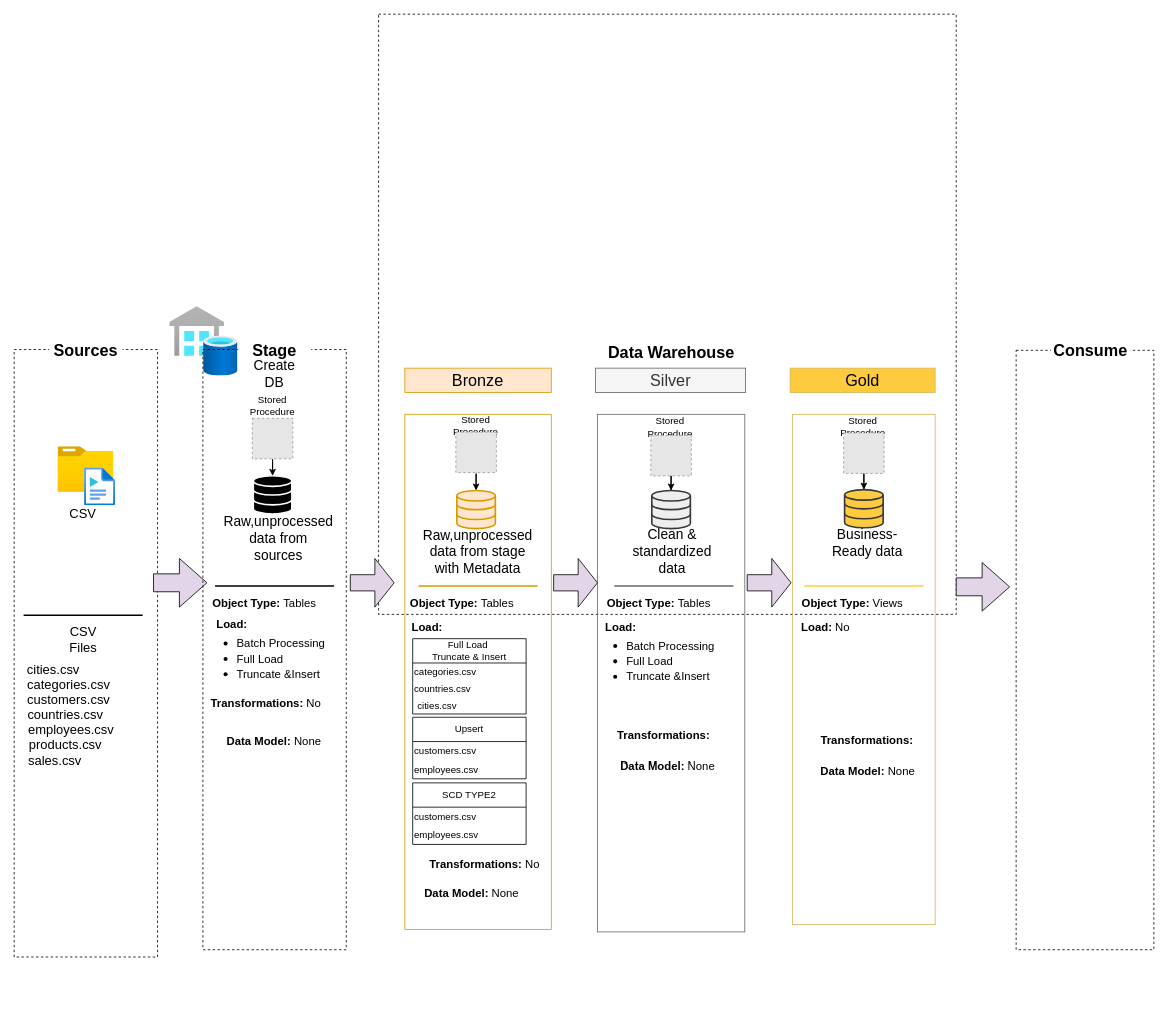
seyedmojtabahosseini/Data_Folder keeps this draw.io diagram as Diagram/Untitled Diagram.drawio. Above is the earlier version. Source tidied: cells renumbered, new cells numbered last; positions are measured from the earlier drawing's top-left corner, leaving out a move shared by most shapes. Both pictures are drawn from the tidied source at 81%, with x=0, y=0 at pixel (14, 14). Pictures stored in the file or linked from it are replaced by grey dashed boxes.
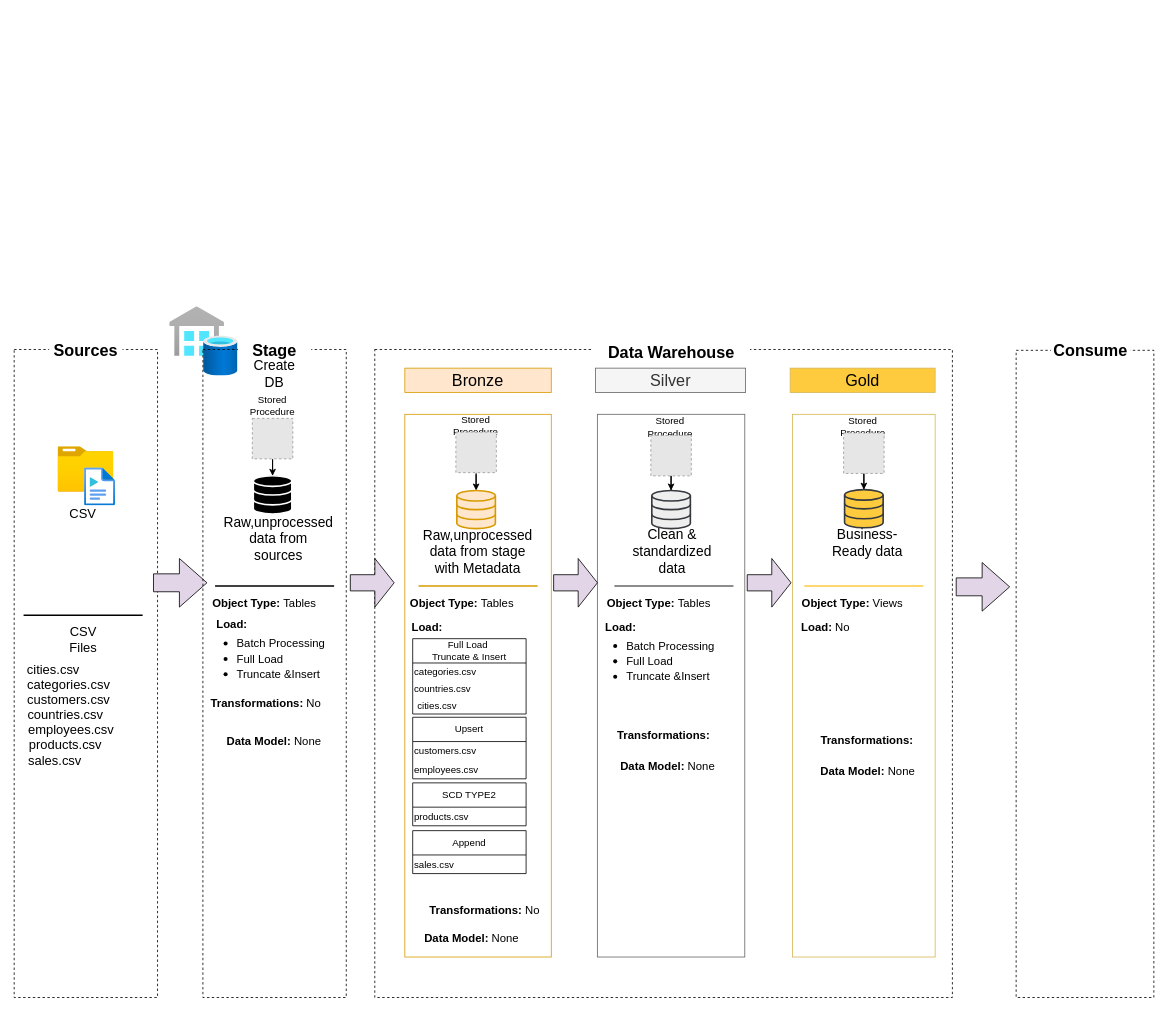
Above is the later version.

Diff of the diagram source:
```diff
@@
     <mxCell id="2" style="rounded=0;whiteSpace=wrap;html=1;dashed=1;fillColor=none;" parent="1" vertex="1">
-      <mxGeometry y="414" width="177" height="750" as="geometry" />
+      <mxGeometry y="414" width="177" height="800" as="geometry" />
     </mxCell>
@@
     <mxCell id="4" style="rounded=0;whiteSpace=wrap;html=1;dashed=1;fillColor=none;" parent="1" vertex="1">
-      <mxGeometry x="1237" y="415" width="170" height="740" as="geometry" />
+      <mxGeometry x="1237" y="415" width="170" height="799" as="geometry" />
     </mxCell>
@@
     <mxCell id="14" style="rounded=0;whiteSpace=wrap;html=1;dashed=1;fillColor=none;" parent="1" vertex="1">
-      <mxGeometry x="449.9" width="713.1" height="741" as="geometry" />
+      <mxGeometry x="445.2" y="414" width="713.1" height="800" as="geometry" />
     </mxCell>
@@
     <mxCell id="16" style="rounded=0;whiteSpace=wrap;html=1;fillColor=none;strokeColor=#d79b00;" parent="1" vertex="1">
-      <mxGeometry x="482.3" y="494" width="180.8" height="636" as="geometry" />
+      <mxGeometry x="482.3" y="494" width="180.8" height="670" as="geometry" />
     </mxCell>
@@
     <mxCell id="18" style="rounded=0;whiteSpace=wrap;html=1;fillColor=none;strokeColor=#666666;fontColor=#333333;" parent="1" vertex="1">
-      <mxGeometry x="720" y="494" width="182" height="639" as="geometry" />
+      <mxGeometry x="720" y="494" width="182" height="670" as="geometry" />
     </mxCell>
@@
     <mxCell id="20" style="rounded=0;whiteSpace=wrap;html=1;fillColor=none;strokeColor=#d6b656;" parent="1" vertex="1">
-      <mxGeometry x="960.9" y="494" width="176.1" height="630" as="geometry" />
+      <mxGeometry x="960.9" y="494" width="176.1" height="670" as="geometry" />
     </mxCell>
@@
     <mxCell id="42" style="rounded=0;whiteSpace=wrap;html=1;dashed=1;fillColor=none;" parent="1" vertex="1">
-      <mxGeometry x="233" y="414" width="177" height="741" as="geometry" />
+      <mxGeometry x="233" y="414" width="177" height="800" as="geometry" />
     </mxCell>
@@
     <mxCell id="54" value="&lt;font style=&quot;font-size: 14px;&quot;&gt;&lt;b&gt;Transformations: &lt;/b&gt;No&lt;/font&gt;" style="text;html=1;whiteSpace=wrap;strokeColor=none;fillColor=none;align=center;verticalAlign=middle;rounded=0;fontSize=16;" parent="1" vertex="1">
-      <mxGeometry x="496.9" y="1034" width="168" height="30" as="geometry" />
+      <mxGeometry x="496.9" y="1090" width="168" height="30" as="geometry" />
     </mxCell>
@@
     <mxCell id="57" value="&lt;font style=&quot;font-size: 14px;&quot;&gt;&lt;b&gt;Data Model: &lt;/b&gt;None&lt;/font&gt;" style="text;html=1;whiteSpace=wrap;strokeColor=none;fillColor=none;align=center;verticalAlign=middle;rounded=0;fontSize=16;" parent="1" vertex="1">
-      <mxGeometry x="480.6" y="1069" width="168" height="30" as="geometry" />
+      <mxGeometry x="480.6" y="1125" width="168" height="30" as="geometry" />
     </mxCell>
@@
     <mxCell id="85" value="&lt;font&gt;&lt;font&gt;SCD TYPE2&lt;/font&gt;&lt;/font&gt;" style="swimlane;fontStyle=0;horizontal=1;startSize=30;whiteSpace=wrap;html=1;autosizeText=1;fontSize=12;verticalAlign=middle;align=center;" parent="1" vertex="1">
-      <mxGeometry x="492" y="949" width="140" height="76" as="geometry" />
+      <mxGeometry x="492" y="949" width="140" height="53" as="geometry" />
     </mxCell>
-    <mxCell id="86" value="customers.csv" style="text;html=1;whiteSpace=wrap;strokeColor=none;fillColor=none;align=left;verticalAlign=middle;rounded=0;fontSize=12;" parent="85" vertex="1">
+    <mxCell id="86" value="products.csv" style="text;html=1;whiteSpace=wrap;strokeColor=none;fillColor=none;align=left;verticalAlign=middle;rounded=0;fontSize=12;" parent="85" vertex="1">
       <mxGeometry y="30" width="140" height="23" as="geometry" />
     </mxCell>
-    <mxCell id="87" value="employees.csv" style="text;html=1;whiteSpace=wrap;strokeColor=none;fillColor=none;align=left;verticalAlign=middle;rounded=0;fontSize=12;" parent="85" vertex="1">
-      <mxGeometry y="53" width="140" height="23" as="geometry" />
-    </mxCell>
+    <mxCell id="88" value="&lt;font&gt;&lt;font&gt;Append&lt;/font&gt;&lt;/font&gt;" style="swimlane;fontStyle=0;horizontal=1;startSize=30;whiteSpace=wrap;html=1;autosizeText=1;fontSize=12;verticalAlign=middle;align=center;" parent="1" vertex="1">
+      <mxGeometry x="492" y="1008" width="140" height="53" as="geometry" />
+    </mxCell>
+    <mxCell id="89" value="sales.csv" style="text;html=1;whiteSpace=wrap;strokeColor=none;fillColor=none;align=left;verticalAlign=middle;rounded=0;fontSize=12;" parent="88" vertex="1">
+      <mxGeometry y="30" width="140" height="23" as="geometry" />
+    </mxCell>
```
